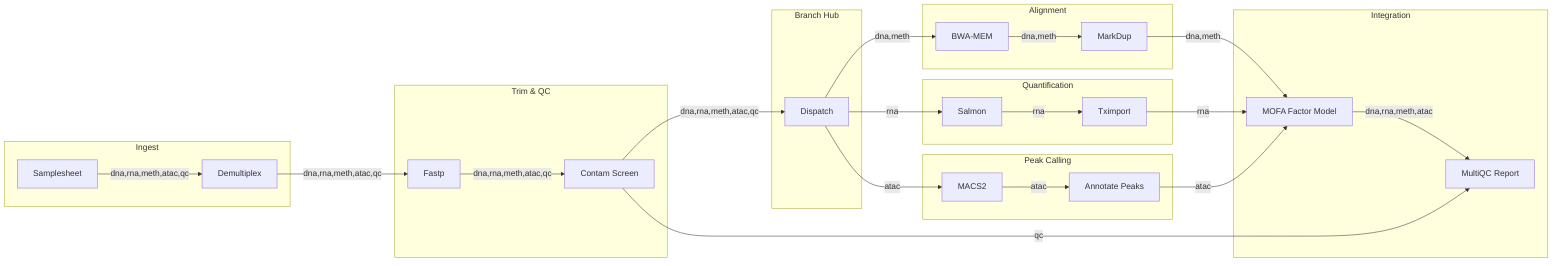
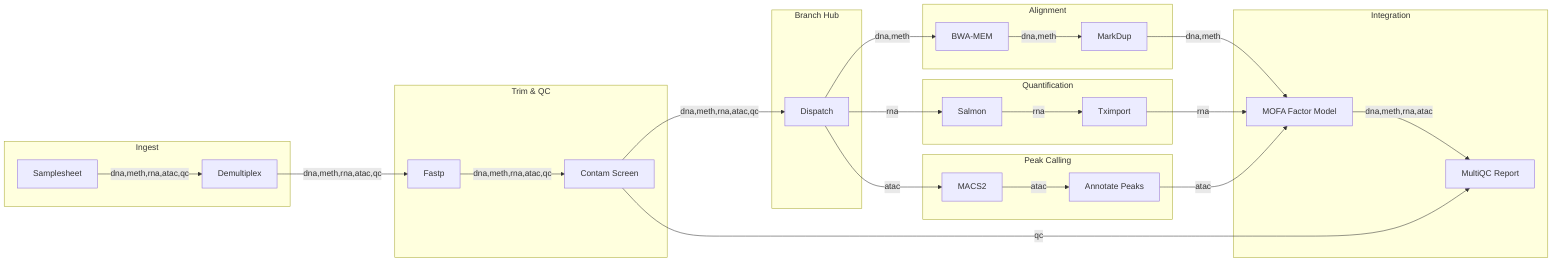
%%metro title: Bypass Fan-in Outer Slot
%%metro style: dark
%%metro line: dna | DNA | #e63946
+ %%metro line: meth | Methylation | #0570b0
%%metro line: rna | RNA | #2db572
- %%metro line: meth | Methylation | #0570b0
%%metro line: atac | ATAC | #f5c542
%%metro line: qc | QC | #ff8c00

graph LR
    subgraph ingest [Ingest]
        samplesheet[Samplesheet]
        demux[Demultiplex]
-         samplesheet -->|dna,rna,meth,atac,qc| demux
+         samplesheet -->|dna,meth,rna,atac,qc| demux
    end

    subgraph trim [Trim & QC]
        fastp[Fastp]
        screen[Contam Screen]
-         fastp -->|dna,rna,meth,atac,qc| screen
+         fastp -->|dna,meth,rna,atac,qc| screen
    end

    subgraph hub [Branch Hub]
        dispatch[Dispatch]
    end

    subgraph align_right [Alignment]
        bwa[BWA-MEM]
        markdup[MarkDup]
        bwa -->|dna,meth| markdup
    end

    subgraph quant_bottom [Quantification]
        salmon[Salmon]
        tximport[Tximport]
        salmon -->|rna| tximport
    end

    subgraph peaks_bottom [Peak Calling]
        macs[MACS2]
        macs -->|atac| macs2anno[Annotate Peaks]
    end

    subgraph integrate [Integration]
        mofa[MOFA Factor Model]
        report[MultiQC Report]
-         mofa -->|dna,rna,meth,atac| report
+         mofa -->|dna,meth,rna,atac| report
    end

-     demux -->|dna,rna,meth,atac,qc| fastp
-     screen -->|dna,rna,meth,atac,qc| dispatch
+     demux -->|dna,meth,rna,atac,qc| fastp
+     screen -->|dna,meth,rna,atac,qc| dispatch

    dispatch -->|dna,meth| bwa
    dispatch -->|rna| salmon
    dispatch -->|atac| macs

    markdup -->|dna,meth| mofa
    tximport -->|rna| mofa
    macs2anno -->|atac| mofa

    screen -->|qc| report

